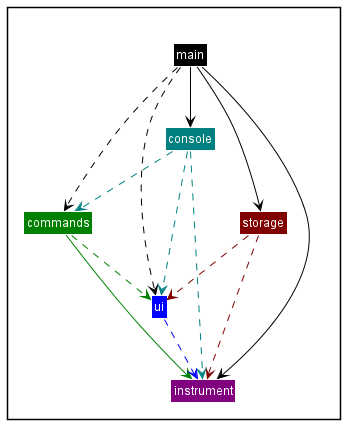
Above: docs/images/ArchitectureDiagram.png in williamlamjy/mTracker (PlantUML), before the change. The source it was exported from:
```plantuml
@startuml
!include Styles.puml

!define COLOR_UI COLOR_DARK_BLUE
!define COLOR_MAIN COLOR_BLACK
!define COLOR_COMMANDS COLOR_DARK_GREEN
!define COLOR_CONSOLE COLOR_TEAL
!define COLOR_INSTRUMENT COLOR_PURPLE
!define COLOR_STORAGE COLOR_BROWN

Package " "<<Rectangle>>{
    Class ui COLOR_UI
    Class main COLOR_MAIN
    Class commands COLOR_COMMANDS
    Class console COLOR_CONSOLE
    Class instrument COLOR_INSTRUMENT
    Class storage COLOR_STORAGE
}

main -down[COLOR_MAIN]-> storage
main -down[COLOR_MAIN]-> console
main -down[COLOR_MAIN]-> instrument
main .down[COLOR_MAIN]-> commands
main .down[COLOR_MAIN]-> ui
storage .down[COLOR_STORAGE]->ui
storage .down[COLOR_STORAGE]->instrument
console .down[COLOR_CONSOLE]->ui
console .down[COLOR_CONSOLE]->instrument
console .down[COLOR_CONSOLE]->commands
commands .down[COLOR_COMMANDS]->ui
commands -down[COLOR_COMMANDS]->instrument
ui .down[COLOR_UI]->instrument

@endum
```
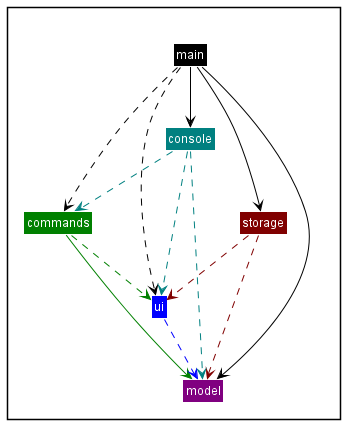
Above is the later version.

Commit message:
Change instrument to model

The edit, as a diff of the source:
```diff
@@ -5,7 +5,7 @@
 !define COLOR_MAIN COLOR_BLACK
 !define COLOR_COMMANDS COLOR_DARK_GREEN
 !define COLOR_CONSOLE COLOR_TEAL
-!define COLOR_INSTRUMENT COLOR_PURPLE
+!define COLOR_MODEL COLOR_PURPLE
 !define COLOR_STORAGE COLOR_BROWN
 
 Package " "<<Rectangle>>{
@@ -13,22 +13,22 @@
     Class main COLOR_MAIN
     Class commands COLOR_COMMANDS
     Class console COLOR_CONSOLE
-    Class instrument COLOR_INSTRUMENT
+    Class model COLOR_MODEL
     Class storage COLOR_STORAGE
 }
 
 main -down[COLOR_MAIN]-> storage
 main -down[COLOR_MAIN]-> console
-main -down[COLOR_MAIN]-> instrument
+main -down[COLOR_MAIN]-> model
 main .down[COLOR_MAIN]-> commands
 main .down[COLOR_MAIN]-> ui
 storage .down[COLOR_STORAGE]->ui
-storage .down[COLOR_STORAGE]->instrument
+storage .down[COLOR_STORAGE]->model
 console .down[COLOR_CONSOLE]->ui
-console .down[COLOR_CONSOLE]->instrument
+console .down[COLOR_CONSOLE]->model
 console .down[COLOR_CONSOLE]->commands
 commands .down[COLOR_COMMANDS]->ui
-commands -down[COLOR_COMMANDS]->instrument
-ui .down[COLOR_UI]->instrument
+commands -down[COLOR_COMMANDS]->model
+ui .down[COLOR_UI]->model
 
 @endum
```
